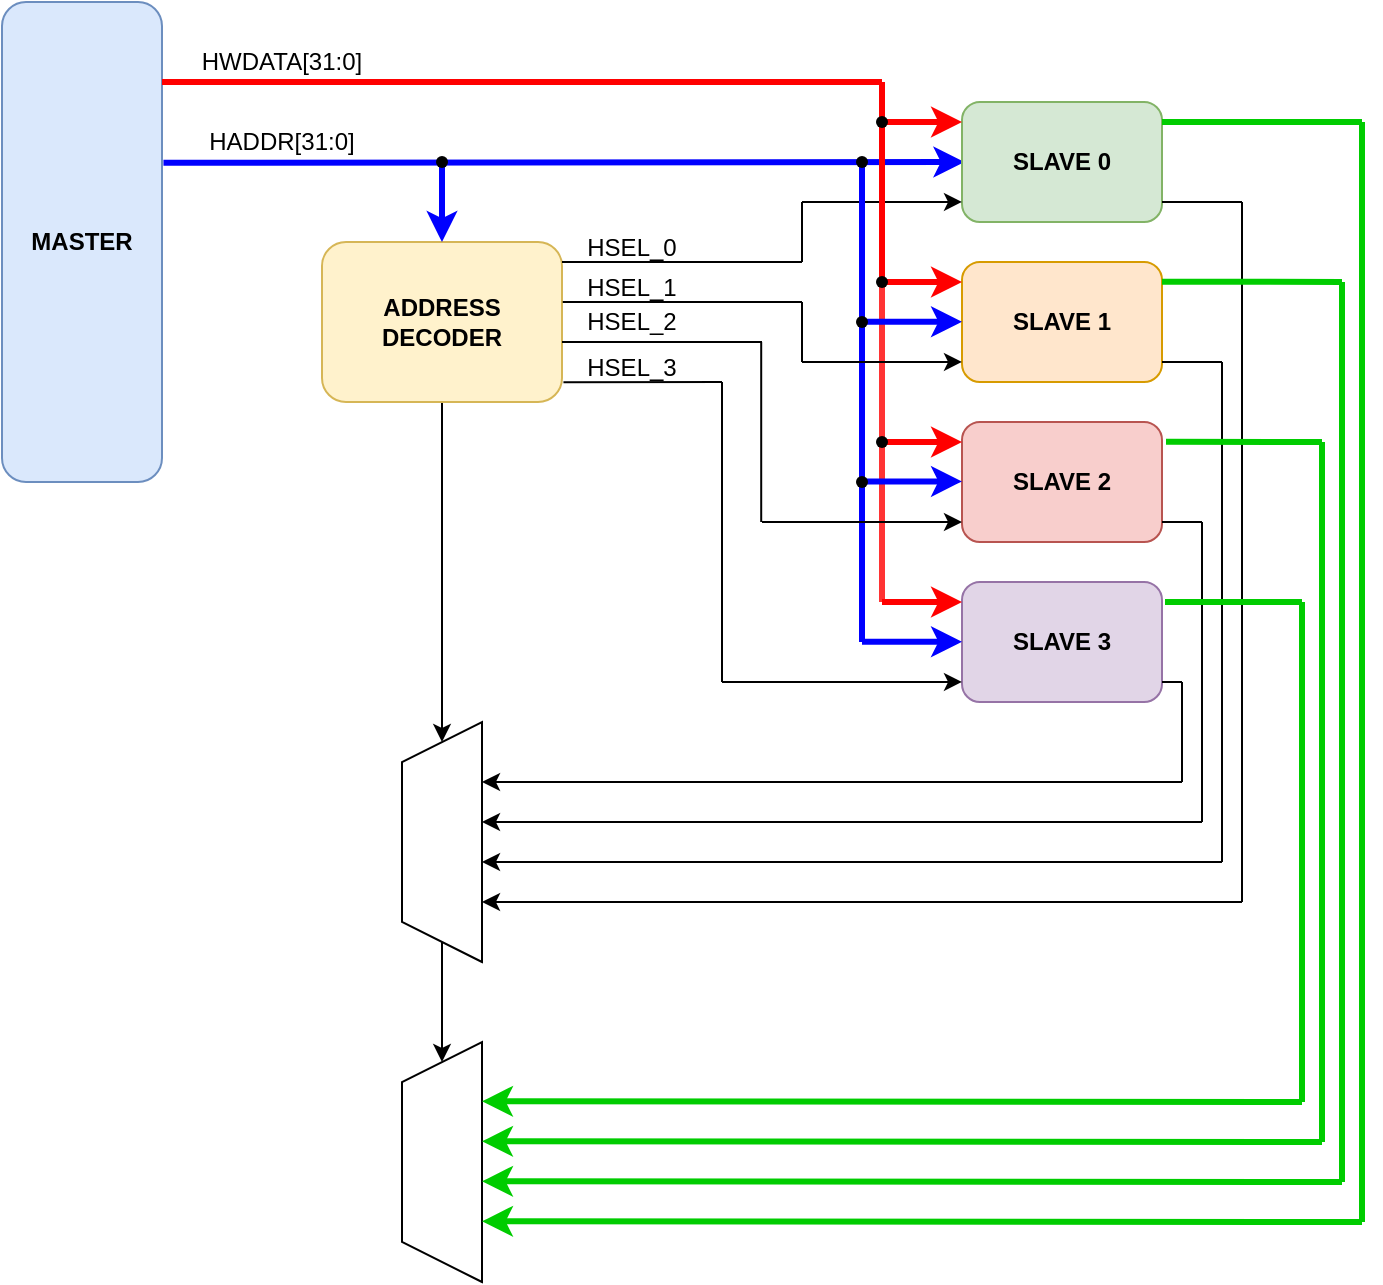
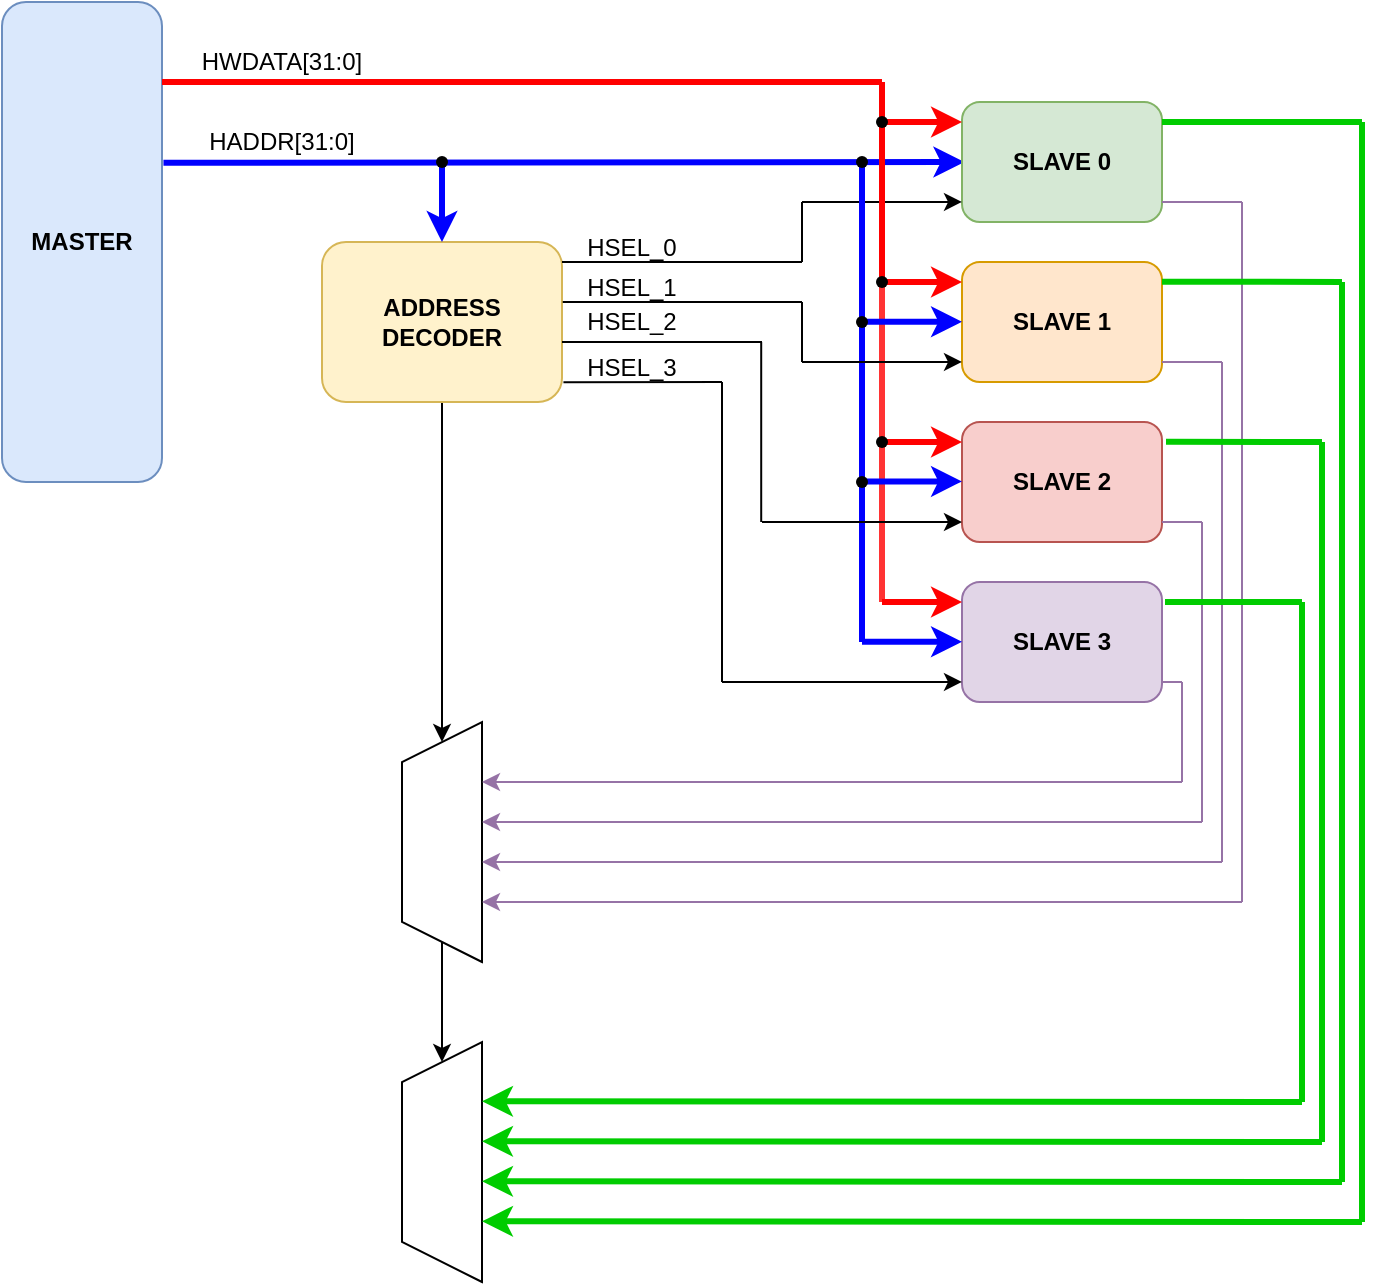
<mxfile host="app.diagrams.net" agent="Mozilla/5.0 (Windows NT 10.0; Win64; x64) AppleWebKit/537.36 (KHTML, like Gecko) Chrome/144.0.0.0 Safari/537.36 Edg/144.0.0.0" pages="4">
  <diagram id="00dOMP4ly3Yvcw6Omt_P" name="AHB Block Diagram">
    <mxGraphModel dx="437" dy="631" grid="1" gridSize="10" guides="1" tooltips="1" connect="1" arrows="1" fold="1" page="1" pageScale="1" pageWidth="850" pageHeight="1100" math="0" shadow="0">
      <root>
        <mxCell id="0" />
        <mxCell id="1" parent="0" />
        <mxCell id="WVtcaOnAu4kVJNJomXHp-1" parent="1" style="rounded=1;whiteSpace=wrap;html=1;fillColor=#dae8fc;strokeColor=#6c8ebf;" value="&lt;b&gt;MASTER&lt;/b&gt;" vertex="1">
          <mxGeometry height="240" width="80" x="80" y="160" as="geometry" />
        </mxCell>
        <mxCell id="WVtcaOnAu4kVJNJomXHp-55" edge="1" parent="1" source="WVtcaOnAu4kVJNJomXHp-3" style="edgeStyle=orthogonalEdgeStyle;rounded=0;orthogonalLoop=1;jettySize=auto;html=1;entryX=1;entryY=0.5;entryDx=0;entryDy=0;" target="WVtcaOnAu4kVJNJomXHp-53">
          <mxGeometry relative="1" as="geometry" />
        </mxCell>
        <mxCell id="WVtcaOnAu4kVJNJomXHp-3" parent="1" style="rounded=1;whiteSpace=wrap;html=1;fillColor=#fff2cc;strokeColor=#d6b656;" value="&lt;b&gt;ADDRESS DECODER&lt;/b&gt;" vertex="1">
          <mxGeometry height="80" width="120" x="240" y="280" as="geometry" />
        </mxCell>
        <mxCell id="WVtcaOnAu4kVJNJomXHp-4" edge="1" parent="1" source="WVtcaOnAu4kVJNJomXHp-1" style="endArrow=classic;html=1;rounded=0;exitX=1.009;exitY=0.335;exitDx=0;exitDy=0;exitPerimeter=0;strokeWidth=3;strokeColor=#0000FF;" value="">
          <mxGeometry height="50" relative="1" width="50" as="geometry">
            <mxPoint x="170" y="240" as="sourcePoint" />
            <mxPoint x="561.2" y="240" as="targetPoint" />
          </mxGeometry>
        </mxCell>
        <mxCell id="WVtcaOnAu4kVJNJomXHp-5" edge="1" parent="1" source="WVtcaOnAu4kVJNJomXHp-6" style="endArrow=classic;html=1;rounded=0;entryX=0.5;entryY=0;entryDx=0;entryDy=0;strokeWidth=3;strokeColor=#0000FF;" target="WVtcaOnAu4kVJNJomXHp-3" value="">
          <mxGeometry height="50" relative="1" width="50" as="geometry">
            <mxPoint x="340" y="240" as="sourcePoint" />
            <mxPoint x="390" y="190" as="targetPoint" />
          </mxGeometry>
        </mxCell>
        <mxCell id="WVtcaOnAu4kVJNJomXHp-6" parent="1" style="shape=waypoint;sketch=0;fillStyle=solid;size=6;pointerEvents=1;points=[];fillColor=none;resizable=0;rotatable=0;perimeter=centerPerimeter;snapToPoint=1;" value="" vertex="1">
          <mxGeometry height="20" width="20" x="290" y="230" as="geometry" />
        </mxCell>
        <mxCell id="WVtcaOnAu4kVJNJomXHp-7" parent="1" style="rounded=1;whiteSpace=wrap;html=1;fillColor=#d5e8d4;strokeColor=#82b366;fontStyle=1" value="SLAVE 0" vertex="1">
          <mxGeometry height="60" width="100" x="560" y="210" as="geometry" />
        </mxCell>
        <mxCell id="WVtcaOnAu4kVJNJomXHp-8" parent="1" style="rounded=1;whiteSpace=wrap;html=1;fillColor=#ffe6cc;strokeColor=#d79b00;fontStyle=1" value="SLAVE 1" vertex="1">
          <mxGeometry height="60" width="100" x="560" y="290" as="geometry" />
        </mxCell>
        <mxCell id="WVtcaOnAu4kVJNJomXHp-9" parent="1" style="rounded=1;whiteSpace=wrap;html=1;fillColor=#f8cecc;strokeColor=#b85450;fontStyle=1" value="SLAVE 2" vertex="1">
          <mxGeometry height="60" width="100" x="560" y="370" as="geometry" />
        </mxCell>
        <mxCell id="WVtcaOnAu4kVJNJomXHp-10" parent="1" style="rounded=1;whiteSpace=wrap;html=1;fillColor=#e1d5e7;strokeColor=#9673a6;fontStyle=1" value="SLAVE 3" vertex="1">
          <mxGeometry height="60" width="100" x="560" y="450" as="geometry" />
        </mxCell>
        <mxCell id="WVtcaOnAu4kVJNJomXHp-11" edge="1" parent="1" source="WVtcaOnAu4kVJNJomXHp-3" style="endArrow=none;html=1;rounded=0;exitX=1;exitY=0.125;exitDx=0;exitDy=0;exitPerimeter=0;" value="">
          <mxGeometry height="50" relative="1" width="50" as="geometry">
            <mxPoint x="410" y="290" as="sourcePoint" />
            <mxPoint x="480" y="290" as="targetPoint" />
          </mxGeometry>
        </mxCell>
        <mxCell id="WVtcaOnAu4kVJNJomXHp-12" edge="1" parent="1" style="endArrow=none;html=1;rounded=0;" value="">
          <mxGeometry height="50" relative="1" width="50" as="geometry">
            <mxPoint x="480" y="290" as="sourcePoint" />
            <mxPoint x="480" y="260" as="targetPoint" />
          </mxGeometry>
        </mxCell>
        <mxCell id="WVtcaOnAu4kVJNJomXHp-13" edge="1" parent="1" style="endArrow=classic;html=1;rounded=0;entryX=0;entryY=0.833;entryDx=0;entryDy=0;entryPerimeter=0;" target="WVtcaOnAu4kVJNJomXHp-7" value="">
          <mxGeometry height="50" relative="1" width="50" as="geometry">
            <mxPoint x="480" y="260" as="sourcePoint" />
            <mxPoint x="540" y="260" as="targetPoint" />
          </mxGeometry>
        </mxCell>
        <mxCell id="WVtcaOnAu4kVJNJomXHp-18" edge="1" parent="1" style="endArrow=none;html=1;rounded=0;strokeWidth=3;strokeColor=#FF0000;" value="">
          <mxGeometry height="50" relative="1" width="50" as="geometry">
            <mxPoint x="160" y="200" as="sourcePoint" />
            <mxPoint x="520" y="200" as="targetPoint" />
          </mxGeometry>
        </mxCell>
        <mxCell id="WVtcaOnAu4kVJNJomXHp-19" edge="1" parent="1" source="WVtcaOnAu4kVJNJomXHp-25" style="endArrow=none;html=1;rounded=0;strokeWidth=3;strokeColor=#FF0000;" value="">
          <mxGeometry height="50" relative="1" width="50" as="geometry">
            <mxPoint x="520" y="380" as="sourcePoint" />
            <mxPoint x="520" y="200" as="targetPoint" />
          </mxGeometry>
        </mxCell>
        <mxCell id="WVtcaOnAu4kVJNJomXHp-20" edge="1" parent="1" style="endArrow=classic;html=1;rounded=0;entryX=0;entryY=0.167;entryDx=0;entryDy=0;entryPerimeter=0;strokeWidth=3;strokeColor=#FF0000;" target="WVtcaOnAu4kVJNJomXHp-7" value="">
          <mxGeometry height="50" relative="1" width="50" as="geometry">
            <mxPoint x="520" y="220" as="sourcePoint" />
            <mxPoint x="570" y="170" as="targetPoint" />
          </mxGeometry>
        </mxCell>
        <mxCell id="WVtcaOnAu4kVJNJomXHp-22" edge="1" parent="1" style="endArrow=classic;html=1;rounded=0;entryX=0;entryY=0.167;entryDx=0;entryDy=0;entryPerimeter=0;strokeWidth=3;strokeColor=#FF0000;" value="">
          <mxGeometry height="50" relative="1" width="50" as="geometry">
            <mxPoint x="520" y="300" as="sourcePoint" />
            <mxPoint x="560" y="300" as="targetPoint" />
          </mxGeometry>
        </mxCell>
        <mxCell id="WVtcaOnAu4kVJNJomXHp-23" parent="1" style="shape=waypoint;sketch=0;fillStyle=solid;size=6;pointerEvents=1;points=[];fillColor=none;resizable=0;rotatable=0;perimeter=centerPerimeter;snapToPoint=1;" value="" vertex="1">
          <mxGeometry height="20" width="20" x="510" y="210" as="geometry" />
        </mxCell>
        <mxCell id="WVtcaOnAu4kVJNJomXHp-24" edge="1" parent="1" style="endArrow=classic;html=1;rounded=0;entryX=0;entryY=0.167;entryDx=0;entryDy=0;entryPerimeter=0;strokeWidth=3;strokeColor=#FF0000;" value="">
          <mxGeometry height="50" relative="1" width="50" as="geometry">
            <mxPoint x="520" y="380" as="sourcePoint" />
            <mxPoint x="560" y="380" as="targetPoint" />
          </mxGeometry>
        </mxCell>
        <mxCell id="WVtcaOnAu4kVJNJomXHp-26" edge="1" parent="1" style="endArrow=none;html=1;rounded=0;strokeWidth=3;strokeColor=#FF3333;" target="WVtcaOnAu4kVJNJomXHp-25" value="">
          <mxGeometry height="50" relative="1" width="50" as="geometry">
            <mxPoint x="520" y="460" as="sourcePoint" />
            <mxPoint x="520" y="200" as="targetPoint" />
          </mxGeometry>
        </mxCell>
        <mxCell id="WVtcaOnAu4kVJNJomXHp-25" parent="1" style="shape=waypoint;sketch=0;fillStyle=solid;size=6;pointerEvents=1;points=[];fillColor=none;resizable=0;rotatable=0;perimeter=centerPerimeter;snapToPoint=1;" value="" vertex="1">
          <mxGeometry height="20" width="20" x="510" y="290" as="geometry" />
        </mxCell>
        <mxCell id="WVtcaOnAu4kVJNJomXHp-27" edge="1" parent="1" style="endArrow=none;html=1;rounded=0;strokeWidth=3;strokeColor=#0000FF;" target="WVtcaOnAu4kVJNJomXHp-30" value="">
          <mxGeometry height="50" relative="1" width="50" as="geometry">
            <mxPoint x="510" y="480" as="sourcePoint" />
            <mxPoint x="510" y="240" as="targetPoint" />
          </mxGeometry>
        </mxCell>
        <mxCell id="WVtcaOnAu4kVJNJomXHp-28" edge="1" parent="1" style="endArrow=classic;html=1;rounded=0;entryX=0;entryY=0.167;entryDx=0;entryDy=0;entryPerimeter=0;strokeWidth=3;strokeColor=#0000FF;" value="">
          <mxGeometry height="50" relative="1" width="50" as="geometry">
            <mxPoint x="510" y="399.72" as="sourcePoint" />
            <mxPoint x="560" y="399.72" as="targetPoint" />
          </mxGeometry>
        </mxCell>
        <mxCell id="WVtcaOnAu4kVJNJomXHp-29" edge="1" parent="1" style="endArrow=classic;html=1;rounded=0;entryX=0;entryY=0.167;entryDx=0;entryDy=0;entryPerimeter=0;strokeWidth=3;strokeColor=#0000FF;" value="">
          <mxGeometry height="50" relative="1" width="50" as="geometry">
            <mxPoint x="510" y="319.86" as="sourcePoint" />
            <mxPoint x="560" y="319.86" as="targetPoint" />
          </mxGeometry>
        </mxCell>
        <mxCell id="WVtcaOnAu4kVJNJomXHp-30" parent="1" style="shape=waypoint;sketch=0;fillStyle=solid;size=6;pointerEvents=1;points=[];fillColor=none;resizable=0;rotatable=0;perimeter=centerPerimeter;snapToPoint=1;" value="" vertex="1">
          <mxGeometry height="20" width="20" x="500.0000000000001" y="230" as="geometry" />
        </mxCell>
        <mxCell id="WVtcaOnAu4kVJNJomXHp-31" parent="1" style="shape=waypoint;sketch=0;fillStyle=solid;size=6;pointerEvents=1;points=[];fillColor=none;resizable=0;rotatable=0;perimeter=centerPerimeter;snapToPoint=1;" value="" vertex="1">
          <mxGeometry height="20" width="20" x="500" y="310" as="geometry" />
        </mxCell>
        <mxCell id="WVtcaOnAu4kVJNJomXHp-32" edge="1" parent="1" style="endArrow=classic;html=1;rounded=0;entryX=0;entryY=0.167;entryDx=0;entryDy=0;entryPerimeter=0;strokeWidth=3;strokeColor=#FF0000;" value="">
          <mxGeometry height="50" relative="1" width="50" as="geometry">
            <mxPoint x="520" y="460" as="sourcePoint" />
            <mxPoint x="560" y="460" as="targetPoint" />
          </mxGeometry>
        </mxCell>
        <mxCell id="WVtcaOnAu4kVJNJomXHp-33" edge="1" parent="1" style="endArrow=classic;html=1;rounded=0;entryX=0;entryY=0.167;entryDx=0;entryDy=0;entryPerimeter=0;strokeWidth=3;strokeColor=#0000FF;" value="">
          <mxGeometry height="50" relative="1" width="50" as="geometry">
            <mxPoint x="510" y="479.88" as="sourcePoint" />
            <mxPoint x="560" y="479.88" as="targetPoint" />
          </mxGeometry>
        </mxCell>
        <mxCell id="WVtcaOnAu4kVJNJomXHp-34" parent="1" style="shape=waypoint;sketch=0;fillStyle=solid;size=6;pointerEvents=1;points=[];fillColor=none;resizable=0;rotatable=0;perimeter=centerPerimeter;snapToPoint=1;" value="" vertex="1">
          <mxGeometry height="20" width="20" x="510" y="370" as="geometry" />
        </mxCell>
        <mxCell id="WVtcaOnAu4kVJNJomXHp-35" parent="1" style="shape=waypoint;sketch=0;fillStyle=solid;size=6;pointerEvents=1;points=[];fillColor=none;resizable=0;rotatable=0;perimeter=centerPerimeter;snapToPoint=1;" value="" vertex="1">
          <mxGeometry height="20" width="20" x="500" y="390" as="geometry" />
        </mxCell>
        <mxCell id="WVtcaOnAu4kVJNJomXHp-38" edge="1" parent="1" source="WVtcaOnAu4kVJNJomXHp-3" style="endArrow=none;html=1;rounded=0;exitX=1.003;exitY=0.375;exitDx=0;exitDy=0;exitPerimeter=0;" value="">
          <mxGeometry height="50" relative="1" width="50" as="geometry">
            <mxPoint x="400" y="310" as="sourcePoint" />
            <mxPoint x="480" y="310" as="targetPoint" />
          </mxGeometry>
        </mxCell>
        <mxCell id="WVtcaOnAu4kVJNJomXHp-39" edge="1" parent="1" source="WVtcaOnAu4kVJNJomXHp-3" style="endArrow=none;html=1;rounded=0;exitX=1;exitY=0.625;exitDx=0;exitDy=0;exitPerimeter=0;" value="">
          <mxGeometry height="50" relative="1" width="50" as="geometry">
            <mxPoint x="400" y="330" as="sourcePoint" />
            <mxPoint x="460" y="330" as="targetPoint" />
          </mxGeometry>
        </mxCell>
        <mxCell id="WVtcaOnAu4kVJNJomXHp-40" edge="1" parent="1" source="WVtcaOnAu4kVJNJomXHp-3" style="endArrow=none;html=1;rounded=0;exitX=1.006;exitY=0.877;exitDx=0;exitDy=0;exitPerimeter=0;" value="">
          <mxGeometry height="50" relative="1" width="50" as="geometry">
            <mxPoint x="400" y="350" as="sourcePoint" />
            <mxPoint x="440" y="350" as="targetPoint" />
          </mxGeometry>
        </mxCell>
        <mxCell id="WVtcaOnAu4kVJNJomXHp-41" edge="1" parent="1" style="endArrow=none;html=1;rounded=0;" value="">
          <mxGeometry height="50" relative="1" width="50" as="geometry">
            <mxPoint x="440" y="500" as="sourcePoint" />
            <mxPoint x="440" y="350" as="targetPoint" />
          </mxGeometry>
        </mxCell>
        <mxCell id="WVtcaOnAu4kVJNJomXHp-42" edge="1" parent="1" style="endArrow=classic;html=1;rounded=0;entryX=0;entryY=0.833;entryDx=0;entryDy=0;entryPerimeter=0;" target="WVtcaOnAu4kVJNJomXHp-10" value="">
          <mxGeometry height="50" relative="1" width="50" as="geometry">
            <mxPoint x="440" y="499.98" as="sourcePoint" />
            <mxPoint x="470" y="450" as="targetPoint" />
          </mxGeometry>
        </mxCell>
        <mxCell id="WVtcaOnAu4kVJNJomXHp-43" edge="1" parent="1" style="endArrow=none;html=1;rounded=0;" value="">
          <mxGeometry height="50" relative="1" width="50" as="geometry">
            <mxPoint x="459.6" y="420" as="sourcePoint" />
            <mxPoint x="459.6" y="330" as="targetPoint" />
          </mxGeometry>
        </mxCell>
        <mxCell id="WVtcaOnAu4kVJNJomXHp-44" edge="1" parent="1" style="endArrow=classic;html=1;rounded=0;entryX=0;entryY=0.833;entryDx=0;entryDy=0;entryPerimeter=0;" value="">
          <mxGeometry height="50" relative="1" width="50" as="geometry">
            <mxPoint x="460" y="420" as="sourcePoint" />
            <mxPoint x="560" y="420" as="targetPoint" />
          </mxGeometry>
        </mxCell>
        <mxCell id="WVtcaOnAu4kVJNJomXHp-45" edge="1" parent="1" style="endArrow=none;html=1;rounded=0;" value="">
          <mxGeometry height="50" relative="1" width="50" as="geometry">
            <mxPoint x="480" y="340" as="sourcePoint" />
            <mxPoint x="480" y="310" as="targetPoint" />
          </mxGeometry>
        </mxCell>
        <mxCell id="WVtcaOnAu4kVJNJomXHp-46" edge="1" parent="1" style="endArrow=classic;html=1;rounded=0;entryX=0;entryY=0.833;entryDx=0;entryDy=0;entryPerimeter=0;" target="WVtcaOnAu4kVJNJomXHp-8" value="">
          <mxGeometry height="50" relative="1" width="50" as="geometry">
            <mxPoint x="480" y="340" as="sourcePoint" />
            <mxPoint x="550" y="340" as="targetPoint" />
          </mxGeometry>
        </mxCell>
        <mxCell id="WVtcaOnAu4kVJNJomXHp-47" parent="1" style="text;html=1;whiteSpace=wrap;strokeColor=none;fillColor=none;align=center;verticalAlign=middle;rounded=0;" value="HSEL_0" vertex="1">
          <mxGeometry height="15" width="60" x="365" y="275" as="geometry" />
        </mxCell>
        <mxCell id="WVtcaOnAu4kVJNJomXHp-48" parent="1" style="text;html=1;whiteSpace=wrap;strokeColor=none;fillColor=none;align=center;verticalAlign=middle;rounded=0;" value="HSEL_1" vertex="1">
          <mxGeometry height="15" width="60" x="365" y="295" as="geometry" />
        </mxCell>
        <mxCell id="WVtcaOnAu4kVJNJomXHp-49" parent="1" style="text;html=1;whiteSpace=wrap;strokeColor=none;fillColor=none;align=center;verticalAlign=middle;rounded=0;" value="HSEL_2" vertex="1">
          <mxGeometry height="7.5" width="60" x="365" y="316.25" as="geometry" />
        </mxCell>
        <mxCell id="WVtcaOnAu4kVJNJomXHp-50" parent="1" style="text;html=1;whiteSpace=wrap;strokeColor=none;fillColor=none;align=center;verticalAlign=middle;rounded=0;" value="HSEL_3" vertex="1">
          <mxGeometry height="15" width="60" x="365" y="335" as="geometry" />
        </mxCell>
        <mxCell id="WVtcaOnAu4kVJNJomXHp-51" parent="1" style="text;html=1;whiteSpace=wrap;strokeColor=none;fillColor=none;align=center;verticalAlign=middle;rounded=0;" value="HWDATA[31:0]" vertex="1">
          <mxGeometry height="20" width="80" x="180" y="180" as="geometry" />
        </mxCell>
        <mxCell id="WVtcaOnAu4kVJNJomXHp-52" parent="1" style="text;html=1;whiteSpace=wrap;strokeColor=none;fillColor=none;align=center;verticalAlign=middle;rounded=0;" value="HADDR[31:0]" vertex="1">
          <mxGeometry height="20" width="80" x="180" y="220" as="geometry" />
        </mxCell>
        <mxCell id="WVtcaOnAu4kVJNJomXHp-53" parent="1" style="shape=trapezoid;perimeter=trapezoidPerimeter;whiteSpace=wrap;html=1;fixedSize=1;rotation=-90;" value="" vertex="1">
          <mxGeometry height="40" width="120" x="240" y="560" as="geometry" />
        </mxCell>
        <mxCell id="WVtcaOnAu4kVJNJomXHp-54" parent="1" style="shape=trapezoid;perimeter=trapezoidPerimeter;whiteSpace=wrap;html=1;fixedSize=1;rotation=-90;" value="" vertex="1">
          <mxGeometry height="40" width="120" x="240" y="720" as="geometry" />
        </mxCell>
        <mxCell id="WVtcaOnAu4kVJNJomXHp-56" edge="1" parent="1" source="WVtcaOnAu4kVJNJomXHp-53" style="endArrow=classic;html=1;rounded=0;exitX=0;exitY=0.5;exitDx=0;exitDy=0;entryX=1;entryY=0.5;entryDx=0;entryDy=0;" target="WVtcaOnAu4kVJNJomXHp-54" value="">
          <mxGeometry height="50" relative="1" width="50" as="geometry">
            <mxPoint x="360" y="680" as="sourcePoint" />
            <mxPoint x="410" y="630" as="targetPoint" />
          </mxGeometry>
        </mxCell>
-         <mxCell id="WVtcaOnAu4kVJNJomXHp-58" edge="1" parent="1" style="endArrow=classic;html=1;rounded=0;" value="">
+         <mxCell id="WVtcaOnAu4kVJNJomXHp-58" edge="1" parent="1" style="endArrow=classic;html=1;rounded=0;fillColor=#e1d5e7;strokeColor=#9673a6;" value="">
          <mxGeometry height="50" relative="1" width="50" as="geometry">
            <mxPoint x="670" y="550" as="sourcePoint" />
            <mxPoint x="320" y="550" as="targetPoint" />
          </mxGeometry>
        </mxCell>
-         <mxCell id="WVtcaOnAu4kVJNJomXHp-59" edge="1" parent="1" style="endArrow=classic;html=1;rounded=0;" value="">
+         <mxCell id="WVtcaOnAu4kVJNJomXHp-59" edge="1" parent="1" style="endArrow=classic;html=1;rounded=0;fillColor=#e1d5e7;strokeColor=#9673a6;" value="">
          <mxGeometry height="50" relative="1" width="50" as="geometry">
            <mxPoint x="680" y="570" as="sourcePoint" />
            <mxPoint x="320" y="570" as="targetPoint" />
          </mxGeometry>
        </mxCell>
-         <mxCell id="WVtcaOnAu4kVJNJomXHp-60" edge="1" parent="1" style="endArrow=classic;html=1;rounded=0;" value="">
+         <mxCell id="WVtcaOnAu4kVJNJomXHp-60" edge="1" parent="1" style="endArrow=classic;html=1;rounded=0;fillColor=#e1d5e7;strokeColor=#9673a6;" value="">
          <mxGeometry height="50" relative="1" width="50" as="geometry">
            <mxPoint x="690" y="590" as="sourcePoint" />
            <mxPoint x="320" y="590" as="targetPoint" />
          </mxGeometry>
        </mxCell>
-         <mxCell id="WVtcaOnAu4kVJNJomXHp-61" edge="1" parent="1" style="endArrow=classic;html=1;rounded=0;" value="">
+         <mxCell id="WVtcaOnAu4kVJNJomXHp-61" edge="1" parent="1" style="endArrow=classic;html=1;rounded=0;fillColor=#e1d5e7;strokeColor=#9673a6;" value="">
          <mxGeometry height="50" relative="1" width="50" as="geometry">
            <mxPoint x="700" y="610" as="sourcePoint" />
            <mxPoint x="320" y="610" as="targetPoint" />
          </mxGeometry>
        </mxCell>
-         <mxCell id="WVtcaOnAu4kVJNJomXHp-62" edge="1" parent="1" style="endArrow=none;html=1;rounded=0;" value="">
+         <mxCell id="WVtcaOnAu4kVJNJomXHp-62" edge="1" parent="1" style="endArrow=none;html=1;rounded=0;fillColor=#e1d5e7;strokeColor=#9673a6;" value="">
          <mxGeometry height="50" relative="1" width="50" as="geometry">
            <mxPoint x="670" y="550" as="sourcePoint" />
            <mxPoint x="670" y="500" as="targetPoint" />
          </mxGeometry>
        </mxCell>
-         <mxCell id="WVtcaOnAu4kVJNJomXHp-63" edge="1" parent="1" style="endArrow=none;html=1;rounded=0;" value="">
+         <mxCell id="WVtcaOnAu4kVJNJomXHp-63" edge="1" parent="1" style="endArrow=none;html=1;rounded=0;fillColor=#e1d5e7;strokeColor=#9673a6;" value="">
          <mxGeometry height="50" relative="1" width="50" as="geometry">
            <mxPoint x="660" y="500" as="sourcePoint" />
            <mxPoint x="670" y="500" as="targetPoint" />
          </mxGeometry>
        </mxCell>
-         <mxCell id="WVtcaOnAu4kVJNJomXHp-64" edge="1" parent="1" style="endArrow=none;html=1;rounded=0;" value="">
+         <mxCell id="WVtcaOnAu4kVJNJomXHp-64" edge="1" parent="1" style="endArrow=none;html=1;rounded=0;fillColor=#e1d5e7;strokeColor=#9673a6;" value="">
          <mxGeometry height="50" relative="1" width="50" as="geometry">
            <mxPoint x="680" y="570" as="sourcePoint" />
            <mxPoint x="680" y="420" as="targetPoint" />
          </mxGeometry>
        </mxCell>
-         <mxCell id="WVtcaOnAu4kVJNJomXHp-65" edge="1" parent="1" style="endArrow=none;html=1;rounded=0;" value="">
+         <mxCell id="WVtcaOnAu4kVJNJomXHp-65" edge="1" parent="1" style="endArrow=none;html=1;rounded=0;fillColor=#e1d5e7;strokeColor=#9673a6;" value="">
          <mxGeometry height="50" relative="1" width="50" as="geometry">
            <mxPoint x="660" y="420" as="sourcePoint" />
            <mxPoint x="680" y="420" as="targetPoint" />
          </mxGeometry>
        </mxCell>
-         <mxCell id="WVtcaOnAu4kVJNJomXHp-66" edge="1" parent="1" style="endArrow=none;html=1;rounded=0;" value="">
+         <mxCell id="WVtcaOnAu4kVJNJomXHp-66" edge="1" parent="1" style="endArrow=none;html=1;rounded=0;fillColor=#e1d5e7;strokeColor=#9673a6;" value="">
          <mxGeometry height="50" relative="1" width="50" as="geometry">
            <mxPoint x="690" y="590" as="sourcePoint" />
            <mxPoint x="690" y="340" as="targetPoint" />
          </mxGeometry>
        </mxCell>
-         <mxCell id="WVtcaOnAu4kVJNJomXHp-67" edge="1" parent="1" style="endArrow=none;html=1;rounded=0;" value="">
+         <mxCell id="WVtcaOnAu4kVJNJomXHp-67" edge="1" parent="1" style="endArrow=none;html=1;rounded=0;fillColor=#e1d5e7;strokeColor=#9673a6;" value="">
          <mxGeometry height="50" relative="1" width="50" as="geometry">
            <mxPoint x="660" y="340" as="sourcePoint" />
            <mxPoint x="690" y="340" as="targetPoint" />
          </mxGeometry>
        </mxCell>
-         <mxCell id="WVtcaOnAu4kVJNJomXHp-69" edge="1" parent="1" style="endArrow=none;html=1;rounded=0;" value="">
+         <mxCell id="WVtcaOnAu4kVJNJomXHp-69" edge="1" parent="1" style="endArrow=none;html=1;rounded=0;fillColor=#e1d5e7;strokeColor=#9673a6;" value="">
          <mxGeometry height="50" relative="1" width="50" as="geometry">
            <mxPoint x="700" y="610" as="sourcePoint" />
            <mxPoint x="700" y="260" as="targetPoint" />
          </mxGeometry>
        </mxCell>
-         <mxCell id="WVtcaOnAu4kVJNJomXHp-71" edge="1" parent="1" style="endArrow=none;html=1;rounded=0;" value="">
+         <mxCell id="WVtcaOnAu4kVJNJomXHp-71" edge="1" parent="1" style="endArrow=none;html=1;rounded=0;fillColor=#e1d5e7;strokeColor=#9673a6;" value="">
          <mxGeometry height="50" relative="1" width="50" as="geometry">
            <mxPoint x="660" y="260" as="sourcePoint" />
            <mxPoint x="700" y="260" as="targetPoint" />
          </mxGeometry>
        </mxCell>
        <mxCell id="WVtcaOnAu4kVJNJomXHp-72" edge="1" parent="1" style="endArrow=classic;html=1;rounded=0;strokeColor=#00CC00;strokeWidth=3;" value="">
          <mxGeometry height="50" relative="1" width="50" as="geometry">
            <mxPoint x="730" y="710" as="sourcePoint" />
            <mxPoint x="320" y="709.66" as="targetPoint" />
          </mxGeometry>
        </mxCell>
        <mxCell id="WVtcaOnAu4kVJNJomXHp-73" edge="1" parent="1" style="endArrow=classic;html=1;rounded=0;strokeColor=#00CC00;strokeWidth=3;" value="">
          <mxGeometry height="50" relative="1" width="50" as="geometry">
            <mxPoint x="740" y="730" as="sourcePoint" />
            <mxPoint x="320" y="729.66" as="targetPoint" />
          </mxGeometry>
        </mxCell>
        <mxCell id="WVtcaOnAu4kVJNJomXHp-74" edge="1" parent="1" style="endArrow=classic;html=1;rounded=0;strokeColor=#00CC00;strokeWidth=3;" value="">
          <mxGeometry height="50" relative="1" width="50" as="geometry">
            <mxPoint x="750" y="750" as="sourcePoint" />
            <mxPoint x="320" y="749.66" as="targetPoint" />
          </mxGeometry>
        </mxCell>
        <mxCell id="WVtcaOnAu4kVJNJomXHp-75" edge="1" parent="1" style="endArrow=classic;html=1;rounded=0;strokeColor=#00CC00;strokeWidth=3;" value="">
          <mxGeometry height="50" relative="1" width="50" as="geometry">
            <mxPoint x="760" y="770" as="sourcePoint" />
            <mxPoint x="320" y="769.66" as="targetPoint" />
          </mxGeometry>
        </mxCell>
        <mxCell id="WVtcaOnAu4kVJNJomXHp-76" edge="1" parent="1" style="endArrow=none;html=1;rounded=0;strokeColor=#00CC00;strokeWidth=3;" value="">
          <mxGeometry height="50" relative="1" width="50" as="geometry">
            <mxPoint x="730" y="710" as="sourcePoint" />
            <mxPoint x="730" y="460" as="targetPoint" />
          </mxGeometry>
        </mxCell>
        <mxCell id="WVtcaOnAu4kVJNJomXHp-77" edge="1" parent="1" style="endArrow=none;html=1;rounded=0;strokeColor=#00CC00;strokeWidth=3;" value="">
          <mxGeometry height="50" relative="1" width="50" as="geometry">
            <mxPoint x="740" y="730" as="sourcePoint" />
            <mxPoint x="740" y="380" as="targetPoint" />
          </mxGeometry>
        </mxCell>
        <mxCell id="WVtcaOnAu4kVJNJomXHp-78" edge="1" parent="1" style="endArrow=none;html=1;rounded=0;strokeColor=#00CC00;strokeWidth=3;" value="">
          <mxGeometry height="50" relative="1" width="50" as="geometry">
            <mxPoint x="750" y="750" as="sourcePoint" />
            <mxPoint x="750" y="300" as="targetPoint" />
          </mxGeometry>
        </mxCell>
        <mxCell id="WVtcaOnAu4kVJNJomXHp-79" edge="1" parent="1" style="endArrow=none;html=1;rounded=0;strokeColor=#00CC00;strokeWidth=3;" value="">
          <mxGeometry height="50" relative="1" width="50" as="geometry">
            <mxPoint x="760" y="770" as="sourcePoint" />
            <mxPoint x="760" y="220" as="targetPoint" />
          </mxGeometry>
        </mxCell>
        <mxCell id="WVtcaOnAu4kVJNJomXHp-80" edge="1" parent="1" source="WVtcaOnAu4kVJNJomXHp-10" style="endArrow=none;html=1;rounded=0;exitX=1.015;exitY=0.166;exitDx=0;exitDy=0;exitPerimeter=0;strokeColor=#00CC00;strokeWidth=3;" value="">
          <mxGeometry height="50" relative="1" width="50" as="geometry">
            <mxPoint x="680" y="510" as="sourcePoint" />
            <mxPoint x="730" y="460" as="targetPoint" />
          </mxGeometry>
        </mxCell>
        <mxCell id="WVtcaOnAu4kVJNJomXHp-81" edge="1" parent="1" style="endArrow=none;html=1;rounded=0;exitX=1.015;exitY=0.166;exitDx=0;exitDy=0;exitPerimeter=0;strokeColor=#00CC00;strokeWidth=3;" value="">
          <mxGeometry height="50" relative="1" width="50" as="geometry">
            <mxPoint x="662" y="379.87" as="sourcePoint" />
            <mxPoint x="740" y="380" as="targetPoint" />
          </mxGeometry>
        </mxCell>
        <mxCell id="WVtcaOnAu4kVJNJomXHp-82" edge="1" parent="1" style="endArrow=none;html=1;rounded=0;exitX=1.015;exitY=0.166;exitDx=0;exitDy=0;exitPerimeter=0;strokeColor=#00CC00;strokeWidth=3;" value="">
          <mxGeometry height="50" relative="1" width="50" as="geometry">
            <mxPoint x="660" y="299.83" as="sourcePoint" />
            <mxPoint x="750" y="300" as="targetPoint" />
          </mxGeometry>
        </mxCell>
        <mxCell id="WVtcaOnAu4kVJNJomXHp-83" edge="1" parent="1" style="endArrow=none;html=1;rounded=0;exitX=1.015;exitY=0.166;exitDx=0;exitDy=0;exitPerimeter=0;strokeColor=#00CC00;strokeWidth=3;" value="">
          <mxGeometry height="50" relative="1" width="50" as="geometry">
            <mxPoint x="660" y="220" as="sourcePoint" />
            <mxPoint x="760" y="220" as="targetPoint" />
          </mxGeometry>
        </mxCell>
      </root>
    </mxGraphModel>
  </diagram>
  <diagram name="AHB Interface" id="AxdGKtdG9Rmgfqjtrl1U">
    <mxGraphModel dx="2046" dy="1106" grid="1" gridSize="10" guides="1" tooltips="1" connect="1" arrows="1" fold="1" page="1" pageScale="1" pageWidth="850" pageHeight="1100" math="0" shadow="0">
      <root>
        <mxCell id="0" />
        <mxCell id="1" parent="0" />
        <mxCell id="BZ9neWvH9tw47nREzwFn-1" parent="1" style="rounded=0;whiteSpace=wrap;html=1;" value="&lt;font style=&quot;font-size: 16px;&quot;&gt;&lt;b&gt;Manager&lt;/b&gt;&lt;/font&gt;" vertex="1">
          <mxGeometry height="200" width="120" x="400" y="80" as="geometry" />
        </mxCell>
        <mxCell id="BZ9neWvH9tw47nREzwFn-2" edge="1" parent="1" style="endArrow=classic;html=1;rounded=0;" value="">
          <mxGeometry height="50" relative="1" width="50" as="geometry">
            <mxPoint x="360" y="100" as="sourcePoint" />
            <mxPoint x="400" y="100" as="targetPoint" />
          </mxGeometry>
        </mxCell>
        <mxCell id="BZ9neWvH9tw47nREzwFn-3" edge="1" parent="1" style="endArrow=classic;html=1;rounded=0;" value="">
          <mxGeometry height="50" relative="1" width="50" as="geometry">
            <mxPoint x="360" y="120" as="sourcePoint" />
            <mxPoint x="400" y="120" as="targetPoint" />
          </mxGeometry>
        </mxCell>
        <mxCell id="BZ9neWvH9tw47nREzwFn-4" parent="1" style="text;html=1;whiteSpace=wrap;strokeColor=none;fillColor=none;align=center;verticalAlign=middle;rounded=0;fontStyle=1" value="HCLK" vertex="1">
          <mxGeometry height="20" width="40" x="320" y="90" as="geometry" />
        </mxCell>
        <mxCell id="BZ9neWvH9tw47nREzwFn-5" parent="1" style="text;html=1;whiteSpace=wrap;strokeColor=none;fillColor=none;align=center;verticalAlign=middle;rounded=0;fontStyle=1" value="HRESETn" vertex="1">
          <mxGeometry height="20" width="60" x="300" y="110" as="geometry" />
        </mxCell>
        <mxCell id="BZ9neWvH9tw47nREzwFn-6" parent="1" style="text;html=1;whiteSpace=wrap;strokeColor=none;fillColor=none;align=center;verticalAlign=middle;rounded=0;fontStyle=1" value="HREADY" vertex="1">
          <mxGeometry height="20" width="60" x="300" y="150" as="geometry" />
        </mxCell>
        <mxCell id="BZ9neWvH9tw47nREzwFn-7" edge="1" parent="1" style="endArrow=classic;html=1;rounded=0;" value="">
          <mxGeometry height="50" relative="1" width="50" as="geometry">
            <mxPoint x="360" y="160" as="sourcePoint" />
            <mxPoint x="400" y="160" as="targetPoint" />
          </mxGeometry>
        </mxCell>
        <mxCell id="BZ9neWvH9tw47nREzwFn-8" edge="1" parent="1" style="endArrow=classic;html=1;rounded=0;" value="">
          <mxGeometry height="50" relative="1" width="50" as="geometry">
            <mxPoint x="360" y="180" as="sourcePoint" />
            <mxPoint x="400" y="180" as="targetPoint" />
          </mxGeometry>
        </mxCell>
        <mxCell id="BZ9neWvH9tw47nREzwFn-9" parent="1" style="text;html=1;whiteSpace=wrap;strokeColor=none;fillColor=none;align=center;verticalAlign=middle;rounded=0;fontStyle=1" value="HSELx" vertex="1">
          <mxGeometry height="20" width="60" x="310" y="430" as="geometry" />
        </mxCell>
        <mxCell id="BZ9neWvH9tw47nREzwFn-10" edge="1" parent="1" style="endArrow=classic;html=1;rounded=0;" value="">
          <mxGeometry height="50" relative="1" width="50" as="geometry">
            <mxPoint x="360" y="260" as="sourcePoint" />
            <mxPoint x="400" y="260" as="targetPoint" />
          </mxGeometry>
        </mxCell>
        <mxCell id="BZ9neWvH9tw47nREzwFn-11" parent="1" style="text;html=1;whiteSpace=wrap;strokeColor=none;fillColor=none;align=center;verticalAlign=middle;rounded=0;fontStyle=1" value="HRDATA[31:0]" vertex="1">
          <mxGeometry height="20" width="90" x="270" y="250" as="geometry" />
        </mxCell>
        <mxCell id="BZ9neWvH9tw47nREzwFn-12" edge="1" parent="1" style="endArrow=classic;html=1;rounded=0;" value="">
          <mxGeometry height="50" relative="1" width="50" as="geometry">
            <mxPoint x="520" y="99.83" as="sourcePoint" />
            <mxPoint x="560" y="99.83" as="targetPoint" />
          </mxGeometry>
        </mxCell>
        <mxCell id="BZ9neWvH9tw47nREzwFn-13" edge="1" parent="1" style="endArrow=classic;html=1;rounded=0;" value="">
          <mxGeometry height="50" relative="1" width="50" as="geometry">
            <mxPoint x="520" y="119.83" as="sourcePoint" />
            <mxPoint x="560" y="119.83" as="targetPoint" />
          </mxGeometry>
        </mxCell>
        <mxCell id="BZ9neWvH9tw47nREzwFn-14" edge="1" parent="1" style="endArrow=classic;html=1;rounded=0;" value="">
          <mxGeometry height="50" relative="1" width="50" as="geometry">
            <mxPoint x="520" y="159.83" as="sourcePoint" />
            <mxPoint x="560" y="159.83" as="targetPoint" />
          </mxGeometry>
        </mxCell>
        <mxCell id="BZ9neWvH9tw47nREzwFn-15" edge="1" parent="1" style="endArrow=classic;html=1;rounded=0;" value="">
          <mxGeometry height="50" relative="1" width="50" as="geometry">
            <mxPoint x="520" y="140" as="sourcePoint" />
            <mxPoint x="560" y="140" as="targetPoint" />
          </mxGeometry>
        </mxCell>
        <mxCell id="BZ9neWvH9tw47nREzwFn-16" edge="1" parent="1" style="endArrow=classic;html=1;rounded=0;" value="">
          <mxGeometry height="50" relative="1" width="50" as="geometry">
            <mxPoint x="520" y="179.83" as="sourcePoint" />
            <mxPoint x="560" y="179.83" as="targetPoint" />
          </mxGeometry>
        </mxCell>
        <mxCell id="BZ9neWvH9tw47nREzwFn-17" edge="1" parent="1" style="endArrow=classic;html=1;rounded=0;" value="">
          <mxGeometry height="50" relative="1" width="50" as="geometry">
            <mxPoint x="520" y="200" as="sourcePoint" />
            <mxPoint x="560" y="200" as="targetPoint" />
          </mxGeometry>
        </mxCell>
        <mxCell id="BZ9neWvH9tw47nREzwFn-18" parent="1" style="text;html=1;whiteSpace=wrap;strokeColor=none;fillColor=none;align=center;verticalAlign=middle;rounded=0;fontStyle=1" value="HADDR[31:0]" vertex="1">
          <mxGeometry height="20" width="80" x="560" y="90" as="geometry" />
        </mxCell>
        <mxCell id="BZ9neWvH9tw47nREzwFn-19" parent="1" style="text;html=1;whiteSpace=wrap;strokeColor=none;fillColor=none;align=center;verticalAlign=middle;rounded=0;fontStyle=1" value="HWRITE" vertex="1">
          <mxGeometry height="20" width="60" x="560" y="110" as="geometry" />
        </mxCell>
        <mxCell id="BZ9neWvH9tw47nREzwFn-20" parent="1" style="text;html=1;whiteSpace=wrap;strokeColor=none;fillColor=none;align=center;verticalAlign=middle;rounded=0;fontStyle=1" value="HSIZE[2:0]" vertex="1">
          <mxGeometry height="20" width="70" x="560" y="130" as="geometry" />
        </mxCell>
        <mxCell id="BZ9neWvH9tw47nREzwFn-21" parent="1" style="text;html=1;whiteSpace=wrap;strokeColor=none;fillColor=none;align=center;verticalAlign=middle;rounded=0;fontStyle=1" value="HBURST[2:0]" vertex="1">
          <mxGeometry height="20" width="80" x="560" y="150" as="geometry" />
        </mxCell>
        <mxCell id="BZ9neWvH9tw47nREzwFn-22" parent="1" style="text;html=1;whiteSpace=wrap;strokeColor=none;fillColor=none;align=center;verticalAlign=middle;rounded=0;fontStyle=1" value="HPROT[3:0]" vertex="1">
          <mxGeometry height="20" width="80" x="560" y="170" as="geometry" />
        </mxCell>
        <mxCell id="BZ9neWvH9tw47nREzwFn-23" parent="1" style="text;html=1;whiteSpace=wrap;strokeColor=none;fillColor=none;align=center;verticalAlign=middle;rounded=0;fontStyle=1" value="HTRANS[1:0]" vertex="1">
          <mxGeometry height="20" width="80" x="560" y="190" as="geometry" />
        </mxCell>
        <mxCell id="BZ9neWvH9tw47nREzwFn-24" edge="1" parent="1" style="endArrow=classic;html=1;rounded=0;" value="">
          <mxGeometry height="50" relative="1" width="50" as="geometry">
            <mxPoint x="520" y="220" as="sourcePoint" />
            <mxPoint x="560" y="220" as="targetPoint" />
          </mxGeometry>
        </mxCell>
        <mxCell id="BZ9neWvH9tw47nREzwFn-25" parent="1" style="text;html=1;whiteSpace=wrap;strokeColor=none;fillColor=none;align=center;verticalAlign=middle;rounded=0;fontStyle=1" value="HMASTLOCK" vertex="1">
          <mxGeometry height="20" width="80" x="560" y="210" as="geometry" />
        </mxCell>
        <mxCell id="BZ9neWvH9tw47nREzwFn-26" edge="1" parent="1" style="endArrow=classic;html=1;rounded=0;" value="">
          <mxGeometry height="50" relative="1" width="50" as="geometry">
            <mxPoint x="520" y="259.8" as="sourcePoint" />
            <mxPoint x="560" y="259.8" as="targetPoint" />
          </mxGeometry>
        </mxCell>
        <mxCell id="BZ9neWvH9tw47nREzwFn-30" parent="1" style="text;html=1;whiteSpace=wrap;strokeColor=none;fillColor=none;align=center;verticalAlign=middle;rounded=0;fontStyle=1" value="HWDATA[31:0]" vertex="1">
          <mxGeometry height="20" width="95" x="555" y="250" as="geometry" />
        </mxCell>
        <mxCell id="BZ9neWvH9tw47nREzwFn-31" parent="1" style="rounded=0;whiteSpace=wrap;html=1;" value="&lt;font style=&quot;font-size: 16px;&quot;&gt;&lt;b&gt;Slave&lt;/b&gt;&lt;/font&gt;" vertex="1">
          <mxGeometry height="320" width="120" x="400" y="360" as="geometry" />
        </mxCell>
        <mxCell id="BZ9neWvH9tw47nREzwFn-32" edge="1" parent="1" style="endArrow=classic;html=1;rounded=0;" value="">
          <mxGeometry height="50" relative="1" width="50" as="geometry">
            <mxPoint x="360" y="489.83" as="sourcePoint" />
            <mxPoint x="400" y="489.83" as="targetPoint" />
          </mxGeometry>
        </mxCell>
        <mxCell id="BZ9neWvH9tw47nREzwFn-33" edge="1" parent="1" style="endArrow=classic;html=1;rounded=0;" value="">
          <mxGeometry height="50" relative="1" width="50" as="geometry">
            <mxPoint x="360" y="509.83" as="sourcePoint" />
            <mxPoint x="400" y="509.83" as="targetPoint" />
          </mxGeometry>
        </mxCell>
        <mxCell id="BZ9neWvH9tw47nREzwFn-34" edge="1" parent="1" style="endArrow=classic;html=1;rounded=0;" value="">
          <mxGeometry height="50" relative="1" width="50" as="geometry">
            <mxPoint x="360" y="549.83" as="sourcePoint" />
            <mxPoint x="400" y="549.83" as="targetPoint" />
          </mxGeometry>
        </mxCell>
        <mxCell id="BZ9neWvH9tw47nREzwFn-35" edge="1" parent="1" style="endArrow=classic;html=1;rounded=0;" value="">
          <mxGeometry height="50" relative="1" width="50" as="geometry">
            <mxPoint x="360" y="530" as="sourcePoint" />
            <mxPoint x="400" y="530" as="targetPoint" />
          </mxGeometry>
        </mxCell>
        <mxCell id="BZ9neWvH9tw47nREzwFn-36" edge="1" parent="1" style="endArrow=classic;html=1;rounded=0;" value="">
          <mxGeometry height="50" relative="1" width="50" as="geometry">
            <mxPoint x="360" y="569.83" as="sourcePoint" />
            <mxPoint x="400" y="569.83" as="targetPoint" />
          </mxGeometry>
        </mxCell>
        <mxCell id="BZ9neWvH9tw47nREzwFn-37" edge="1" parent="1" style="endArrow=classic;html=1;rounded=0;" value="">
          <mxGeometry height="50" relative="1" width="50" as="geometry">
            <mxPoint x="360" y="590" as="sourcePoint" />
            <mxPoint x="400" y="590" as="targetPoint" />
          </mxGeometry>
        </mxCell>
        <mxCell id="BZ9neWvH9tw47nREzwFn-38" parent="1" style="text;html=1;whiteSpace=wrap;strokeColor=none;fillColor=none;align=center;verticalAlign=middle;rounded=0;fontStyle=1" value="HADDR[31:0]" vertex="1">
          <mxGeometry height="20" width="80" x="275" y="480" as="geometry" />
        </mxCell>
        <mxCell id="BZ9neWvH9tw47nREzwFn-39" parent="1" style="text;html=1;whiteSpace=wrap;strokeColor=none;fillColor=none;align=center;verticalAlign=middle;rounded=0;fontStyle=1" value="HWRITE" vertex="1">
          <mxGeometry height="20" width="60" x="275" y="500" as="geometry" />
        </mxCell>
        <mxCell id="BZ9neWvH9tw47nREzwFn-40" parent="1" style="text;html=1;whiteSpace=wrap;strokeColor=none;fillColor=none;align=center;verticalAlign=middle;rounded=0;fontStyle=1" value="HSIZE[2:0]" vertex="1">
          <mxGeometry height="20" width="70" x="275" y="520" as="geometry" />
        </mxCell>
        <mxCell id="BZ9neWvH9tw47nREzwFn-41" parent="1" style="text;html=1;whiteSpace=wrap;strokeColor=none;fillColor=none;align=center;verticalAlign=middle;rounded=0;fontStyle=1" value="HBURST[2:0]" vertex="1">
          <mxGeometry height="20" width="80" x="275" y="540" as="geometry" />
        </mxCell>
        <mxCell id="BZ9neWvH9tw47nREzwFn-42" parent="1" style="text;html=1;whiteSpace=wrap;strokeColor=none;fillColor=none;align=center;verticalAlign=middle;rounded=0;fontStyle=1" value="HPROT[3:0]" vertex="1">
          <mxGeometry height="20" width="80" x="275" y="560" as="geometry" />
        </mxCell>
        <mxCell id="BZ9neWvH9tw47nREzwFn-43" parent="1" style="text;html=1;whiteSpace=wrap;strokeColor=none;fillColor=none;align=center;verticalAlign=middle;rounded=0;fontStyle=1" value="HTRANS[1:0]" vertex="1">
          <mxGeometry height="20" width="80" x="275" y="580" as="geometry" />
        </mxCell>
        <mxCell id="BZ9neWvH9tw47nREzwFn-44" edge="1" parent="1" style="endArrow=classic;html=1;rounded=0;" value="">
          <mxGeometry height="50" relative="1" width="50" as="geometry">
            <mxPoint x="360" y="610" as="sourcePoint" />
            <mxPoint x="400" y="610" as="targetPoint" />
          </mxGeometry>
        </mxCell>
        <mxCell id="BZ9neWvH9tw47nREzwFn-45" parent="1" style="text;html=1;whiteSpace=wrap;strokeColor=none;fillColor=none;align=center;verticalAlign=middle;rounded=0;fontStyle=1" value="HMASTLOCK" vertex="1">
          <mxGeometry height="20" width="80" x="275" y="600" as="geometry" />
        </mxCell>
        <mxCell id="BZ9neWvH9tw47nREzwFn-46" edge="1" parent="1" style="endArrow=classic;html=1;rounded=0;" value="">
          <mxGeometry height="50" relative="1" width="50" as="geometry">
            <mxPoint x="360" y="649.8" as="sourcePoint" />
            <mxPoint x="400" y="649.8" as="targetPoint" />
          </mxGeometry>
        </mxCell>
        <mxCell id="BZ9neWvH9tw47nREzwFn-47" parent="1" style="text;html=1;whiteSpace=wrap;strokeColor=none;fillColor=none;align=center;verticalAlign=middle;rounded=0;fontStyle=1" value="HWDATA[31:0]" vertex="1">
          <mxGeometry height="20" width="95" x="270" y="640" as="geometry" />
        </mxCell>
        <mxCell id="BZ9neWvH9tw47nREzwFn-49" edge="1" parent="1" style="endArrow=classic;html=1;rounded=0;" value="">
          <mxGeometry height="50" relative="1" width="50" as="geometry">
            <mxPoint x="360" y="380" as="sourcePoint" />
            <mxPoint x="400" y="380" as="targetPoint" />
          </mxGeometry>
        </mxCell>
        <mxCell id="BZ9neWvH9tw47nREzwFn-50" edge="1" parent="1" style="endArrow=classic;html=1;rounded=0;" value="">
          <mxGeometry height="50" relative="1" width="50" as="geometry">
            <mxPoint x="360" y="400" as="sourcePoint" />
            <mxPoint x="400" y="400" as="targetPoint" />
          </mxGeometry>
        </mxCell>
        <mxCell id="BZ9neWvH9tw47nREzwFn-51" edge="1" parent="1" style="endArrow=classic;html=1;rounded=0;" value="">
          <mxGeometry height="50" relative="1" width="50" as="geometry">
            <mxPoint x="360" y="440" as="sourcePoint" />
            <mxPoint x="400" y="440" as="targetPoint" />
          </mxGeometry>
        </mxCell>
        <mxCell id="BZ9neWvH9tw47nREzwFn-52" parent="1" style="text;html=1;whiteSpace=wrap;strokeColor=none;fillColor=none;align=center;verticalAlign=middle;rounded=0;fontStyle=1" value="HCLK" vertex="1">
          <mxGeometry height="20" width="40" x="320" y="370" as="geometry" />
        </mxCell>
        <mxCell id="BZ9neWvH9tw47nREzwFn-53" parent="1" style="text;html=1;whiteSpace=wrap;strokeColor=none;fillColor=none;align=center;verticalAlign=middle;rounded=0;fontStyle=1" value="HRESETn" vertex="1">
          <mxGeometry height="20" width="60" x="300" y="390" as="geometry" />
        </mxCell>
        <mxCell id="BZ9neWvH9tw47nREzwFn-54" parent="1" style="shape=curlyBracket;whiteSpace=wrap;html=1;rounded=1;labelPosition=left;verticalLabelPosition=middle;align=right;verticalAlign=middle;" value="" vertex="1">
          <mxGeometry height="35" width="20" x="230" y="90" as="geometry" />
        </mxCell>
        <mxCell id="BZ9neWvH9tw47nREzwFn-55" parent="1" style="text;html=1;whiteSpace=wrap;strokeColor=none;fillColor=none;align=center;verticalAlign=middle;rounded=0;fontStyle=1" value="HRESP" vertex="1">
          <mxGeometry height="20" width="60" x="300" y="170" as="geometry" />
        </mxCell>
        <mxCell id="BZ9neWvH9tw47nREzwFn-56" parent="1" style="shape=curlyBracket;whiteSpace=wrap;html=1;rounded=1;labelPosition=left;verticalLabelPosition=middle;align=right;verticalAlign=middle;" value="" vertex="1">
          <mxGeometry height="140" width="20" x="230" y="480" as="geometry" />
        </mxCell>
        <mxCell id="BZ9neWvH9tw47nREzwFn-57" parent="1" style="shape=curlyBracket;whiteSpace=wrap;html=1;rounded=1;labelPosition=left;verticalLabelPosition=middle;align=right;verticalAlign=middle;rotation=-180;" value="" vertex="1">
          <mxGeometry height="135" width="20" x="650" y="90" as="geometry" />
        </mxCell>
        <mxCell id="BZ9neWvH9tw47nREzwFn-58" parent="1" style="text;html=1;whiteSpace=wrap;strokeColor=none;fillColor=none;align=center;verticalAlign=middle;rounded=0;fontStyle=1" value="&lt;span style=&quot;font-weight: normal;&quot;&gt;Global signals&lt;/span&gt;" vertex="1">
          <mxGeometry height="20" width="90" x="140" y="97.5" as="geometry" />
        </mxCell>
        <mxCell id="BZ9neWvH9tw47nREzwFn-59" parent="1" style="text;html=1;whiteSpace=wrap;strokeColor=none;fillColor=none;align=center;verticalAlign=middle;rounded=0;fontStyle=1" value="&lt;span style=&quot;font-weight: normal;&quot;&gt;Transfer response&lt;/span&gt;" vertex="1">
          <mxGeometry height="20" width="60" x="170" y="157.5" as="geometry" />
        </mxCell>
        <mxCell id="BZ9neWvH9tw47nREzwFn-60" parent="1" style="text;html=1;whiteSpace=wrap;strokeColor=none;fillColor=none;align=center;verticalAlign=middle;rounded=0;fontStyle=1" value="&lt;span style=&quot;font-weight: normal;&quot;&gt;Data&lt;/span&gt;" vertex="1">
          <mxGeometry height="20" width="60" x="170" y="250" as="geometry" />
        </mxCell>
        <mxCell id="BZ9neWvH9tw47nREzwFn-61" parent="1" style="text;html=1;whiteSpace=wrap;strokeColor=none;fillColor=none;align=center;verticalAlign=middle;rounded=0;fontStyle=1" value="&lt;span style=&quot;font-weight: normal;&quot;&gt;Address and control signals&lt;/span&gt;" vertex="1">
          <mxGeometry height="37.5" width="90" x="670" y="140" as="geometry" />
        </mxCell>
        <mxCell id="BZ9neWvH9tw47nREzwFn-62" parent="1" style="shape=curlyBracket;whiteSpace=wrap;html=1;rounded=1;labelPosition=left;verticalLabelPosition=middle;align=right;verticalAlign=middle;" value="" vertex="1">
          <mxGeometry height="35" width="20" x="230" y="150" as="geometry" />
        </mxCell>
        <mxCell id="BZ9neWvH9tw47nREzwFn-63" parent="1" style="text;html=1;whiteSpace=wrap;strokeColor=none;fillColor=none;align=center;verticalAlign=middle;rounded=0;fontStyle=1" value="&lt;span style=&quot;font-weight: normal;&quot;&gt;Address and control signals&lt;/span&gt;" vertex="1">
          <mxGeometry height="37.5" width="90" x="140" y="531" as="geometry" />
        </mxCell>
        <mxCell id="BZ9neWvH9tw47nREzwFn-64" parent="1" style="shape=curlyBracket;whiteSpace=wrap;html=1;rounded=1;labelPosition=left;verticalLabelPosition=middle;align=right;verticalAlign=middle;" value="" vertex="1">
          <mxGeometry height="35" width="20" x="230" y="375" as="geometry" />
        </mxCell>
        <mxCell id="BZ9neWvH9tw47nREzwFn-65" parent="1" style="text;html=1;whiteSpace=wrap;strokeColor=none;fillColor=none;align=center;verticalAlign=middle;rounded=0;fontStyle=1" value="&lt;span style=&quot;font-weight: normal;&quot;&gt;Global signals&lt;/span&gt;" vertex="1">
          <mxGeometry height="20" width="90" x="140" y="382.5" as="geometry" />
        </mxCell>
        <mxCell id="BZ9neWvH9tw47nREzwFn-66" parent="1" style="text;html=1;whiteSpace=wrap;strokeColor=none;fillColor=none;align=center;verticalAlign=middle;rounded=0;fontStyle=1" value="&lt;span style=&quot;font-weight: normal;&quot;&gt;Data&lt;/span&gt;" vertex="1">
          <mxGeometry height="20" width="60" x="670" y="250" as="geometry" />
        </mxCell>
        <mxCell id="BZ9neWvH9tw47nREzwFn-67" edge="1" parent="1" style="endArrow=classic;html=1;rounded=0;" value="">
          <mxGeometry height="50" relative="1" width="50" as="geometry">
            <mxPoint x="520" y="490" as="sourcePoint" />
            <mxPoint x="560" y="490" as="targetPoint" />
          </mxGeometry>
        </mxCell>
        <mxCell id="BZ9neWvH9tw47nREzwFn-68" edge="1" parent="1" style="endArrow=classic;html=1;rounded=0;" value="">
          <mxGeometry height="50" relative="1" width="50" as="geometry">
            <mxPoint x="520" y="510" as="sourcePoint" />
            <mxPoint x="560" y="510" as="targetPoint" />
          </mxGeometry>
        </mxCell>
        <mxCell id="BZ9neWvH9tw47nREzwFn-69" parent="1" style="text;html=1;whiteSpace=wrap;strokeColor=none;fillColor=none;align=center;verticalAlign=middle;rounded=0;fontStyle=1" value="HREADY" vertex="1">
          <mxGeometry height="20" width="60" x="560" y="480" as="geometry" />
        </mxCell>
        <mxCell id="BZ9neWvH9tw47nREzwFn-70" parent="1" style="text;html=1;whiteSpace=wrap;strokeColor=none;fillColor=none;align=center;verticalAlign=middle;rounded=0;fontStyle=1" value="HRESP" vertex="1">
          <mxGeometry height="20" width="60" x="560" y="500" as="geometry" />
        </mxCell>
        <mxCell id="BZ9neWvH9tw47nREzwFn-71" edge="1" parent="1" style="endArrow=classic;html=1;rounded=0;" value="">
          <mxGeometry height="50" relative="1" width="50" as="geometry">
            <mxPoint x="520" y="649.6600000000001" as="sourcePoint" />
            <mxPoint x="560" y="649.6600000000001" as="targetPoint" />
          </mxGeometry>
        </mxCell>
        <mxCell id="BZ9neWvH9tw47nREzwFn-72" parent="1" style="text;html=1;whiteSpace=wrap;strokeColor=none;fillColor=none;align=center;verticalAlign=middle;rounded=0;fontStyle=1" value="HRDATA[31:0]" vertex="1">
          <mxGeometry height="20" width="90" x="560" y="640" as="geometry" />
        </mxCell>
        <mxCell id="BZ9neWvH9tw47nREzwFn-73" parent="1" style="text;html=1;whiteSpace=wrap;strokeColor=none;fillColor=none;align=center;verticalAlign=middle;rounded=0;fontStyle=1" value="&lt;span style=&quot;font-weight: normal;&quot;&gt;Data&lt;/span&gt;" vertex="1">
          <mxGeometry height="20" width="60" x="155" y="640" as="geometry" />
        </mxCell>
        <mxCell id="BZ9neWvH9tw47nREzwFn-74" parent="1" style="text;html=1;whiteSpace=wrap;strokeColor=none;fillColor=none;align=center;verticalAlign=middle;rounded=0;fontStyle=1" value="&lt;span style=&quot;font-weight: normal;&quot;&gt;Data&lt;/span&gt;" vertex="1">
          <mxGeometry height="20" width="50" x="675" y="640" as="geometry" />
        </mxCell>
        <mxCell id="BZ9neWvH9tw47nREzwFn-75" parent="1" style="text;html=1;whiteSpace=wrap;strokeColor=none;fillColor=none;align=center;verticalAlign=middle;rounded=0;fontStyle=1" value="&lt;span style=&quot;font-weight: normal;&quot;&gt;Transfer response&lt;/span&gt;" vertex="1">
          <mxGeometry height="20" width="60" x="670" y="487.5" as="geometry" />
        </mxCell>
        <mxCell id="BZ9neWvH9tw47nREzwFn-76" parent="1" style="shape=curlyBracket;whiteSpace=wrap;html=1;rounded=1;labelPosition=left;verticalLabelPosition=middle;align=right;verticalAlign=middle;rotation=-180;" value="" vertex="1">
          <mxGeometry height="35" width="20" x="640" y="480" as="geometry" />
        </mxCell>
        <mxCell id="BZ9neWvH9tw47nREzwFn-77" parent="1" style="text;html=1;whiteSpace=wrap;strokeColor=none;fillColor=none;align=center;verticalAlign=middle;rounded=0;fontStyle=1" value="&lt;span style=&quot;font-weight: normal;&quot;&gt;Select signal&lt;/span&gt;" vertex="1">
          <mxGeometry height="20" width="90" x="140" y="430" as="geometry" />
        </mxCell>
      </root>
    </mxGraphModel>
  </diagram>
  <diagram id="Hd4ECfvz_bm4RMetZK8C" name="Master Interface">
    <mxGraphModel dx="764" dy="1105" grid="1" gridSize="10" guides="1" tooltips="1" connect="1" arrows="1" fold="1" page="1" pageScale="1" pageWidth="850" pageHeight="1100" math="0" shadow="0">
      <root>
        <mxCell id="0" />
        <mxCell id="1" parent="0" />
      </root>
    </mxGraphModel>
  </diagram>
  <diagram id="AYzUWjTrgIps4r00h7mQ" name="Master FSM">
    <mxGraphModel dx="437" dy="631" grid="1" gridSize="10" guides="1" tooltips="1" connect="1" arrows="1" fold="1" page="1" pageScale="1" pageWidth="850" pageHeight="1100" math="0" shadow="0">
      <root>
        <mxCell id="0" />
        <mxCell id="1" parent="0" />
        <mxCell id="gUlQ52oibdo8bB1fHUDe-6" edge="1" parent="1" source="gUlQ52oibdo8bB1fHUDe-1" style="edgeStyle=orthogonalEdgeStyle;rounded=0;orthogonalLoop=1;jettySize=auto;html=1;exitX=1;exitY=0.5;exitDx=0;exitDy=0;entryX=0;entryY=0.5;entryDx=0;entryDy=0;" target="gUlQ52oibdo8bB1fHUDe-2">
          <mxGeometry relative="1" as="geometry" />
        </mxCell>
        <mxCell id="gUlQ52oibdo8bB1fHUDe-8" edge="1" parent="1" source="gUlQ52oibdo8bB1fHUDe-1" style="edgeStyle=orthogonalEdgeStyle;rounded=0;orthogonalLoop=1;jettySize=auto;html=1;entryX=0.5;entryY=0;entryDx=0;entryDy=0;" target="gUlQ52oibdo8bB1fHUDe-5">
          <mxGeometry relative="1" as="geometry" />
        </mxCell>
        <mxCell id="gUlQ52oibdo8bB1fHUDe-1" parent="1" style="ellipse;whiteSpace=wrap;html=1;" value="IDLE" vertex="1">
          <mxGeometry height="80" width="120" x="200" y="200" as="geometry" />
        </mxCell>
        <mxCell id="gUlQ52oibdo8bB1fHUDe-7" edge="1" parent="1" source="gUlQ52oibdo8bB1fHUDe-2" style="edgeStyle=orthogonalEdgeStyle;rounded=0;orthogonalLoop=1;jettySize=auto;html=1;entryX=0.5;entryY=0;entryDx=0;entryDy=0;" target="gUlQ52oibdo8bB1fHUDe-3">
          <mxGeometry relative="1" as="geometry" />
        </mxCell>
        <mxCell id="gUlQ52oibdo8bB1fHUDe-2" parent="1" style="ellipse;whiteSpace=wrap;html=1;" value="WR_ADDR_PHASE" vertex="1">
          <mxGeometry height="80" width="120" x="440" y="200" as="geometry" />
        </mxCell>
        <mxCell id="gUlQ52oibdo8bB1fHUDe-10" edge="1" parent="1" source="gUlQ52oibdo8bB1fHUDe-3" style="edgeStyle=orthogonalEdgeStyle;rounded=0;orthogonalLoop=1;jettySize=auto;html=1;entryX=0.5;entryY=0;entryDx=0;entryDy=0;" target="gUlQ52oibdo8bB1fHUDe-9">
          <mxGeometry relative="1" as="geometry" />
        </mxCell>
        <mxCell id="8WBKzOnGMAMBHIHuB8Qa-4" edge="1" parent="1" source="gUlQ52oibdo8bB1fHUDe-3" style="edgeStyle=orthogonalEdgeStyle;rounded=0;orthogonalLoop=1;jettySize=auto;html=1;entryX=1;entryY=0.5;entryDx=0;entryDy=0;" target="gUlQ52oibdo8bB1fHUDe-5">
          <mxGeometry relative="1" as="geometry" />
        </mxCell>
        <mxCell id="gUlQ52oibdo8bB1fHUDe-3" parent="1" style="ellipse;whiteSpace=wrap;html=1;" value="WR_DATA_PHASE" vertex="1">
          <mxGeometry height="80" width="120" x="440" y="360" as="geometry" />
        </mxCell>
        <mxCell id="gUlQ52oibdo8bB1fHUDe-11" edge="1" parent="1" source="gUlQ52oibdo8bB1fHUDe-4" style="edgeStyle=orthogonalEdgeStyle;rounded=0;orthogonalLoop=1;jettySize=auto;html=1;entryX=0;entryY=0.5;entryDx=0;entryDy=0;" target="gUlQ52oibdo8bB1fHUDe-9">
          <mxGeometry relative="1" as="geometry" />
        </mxCell>
        <mxCell id="8WBKzOnGMAMBHIHuB8Qa-6" edge="1" parent="1" source="gUlQ52oibdo8bB1fHUDe-4" style="edgeStyle=orthogonalEdgeStyle;rounded=0;orthogonalLoop=1;jettySize=auto;html=1;exitX=0;exitY=0.5;exitDx=0;exitDy=0;entryX=0;entryY=0.5;entryDx=0;entryDy=0;" target="gUlQ52oibdo8bB1fHUDe-1">
          <mxGeometry relative="1" as="geometry">
            <Array as="points">
              <mxPoint x="160.03" y="560.03" />
              <mxPoint x="160.03" y="240.03" />
            </Array>
          </mxGeometry>
        </mxCell>
        <mxCell id="gUlQ52oibdo8bB1fHUDe-4" parent="1" style="ellipse;whiteSpace=wrap;html=1;" value="RD_DATA_PHASE" vertex="1">
          <mxGeometry height="80" width="120" x="200" y="520" as="geometry" />
        </mxCell>
        <mxCell id="8WBKzOnGMAMBHIHuB8Qa-3" edge="1" parent="1" source="gUlQ52oibdo8bB1fHUDe-5" style="edgeStyle=orthogonalEdgeStyle;rounded=0;orthogonalLoop=1;jettySize=auto;html=1;" target="gUlQ52oibdo8bB1fHUDe-4" value="">
          <mxGeometry relative="1" as="geometry" />
        </mxCell>
        <mxCell id="gUlQ52oibdo8bB1fHUDe-5" parent="1" style="ellipse;whiteSpace=wrap;html=1;" value="RD_ADDR_PHASE" vertex="1">
          <mxGeometry height="80" width="120" x="200" y="360" as="geometry" />
        </mxCell>
        <mxCell id="gUlQ52oibdo8bB1fHUDe-9" parent="1" style="ellipse;whiteSpace=wrap;html=1;" value="WAIT_STATE" vertex="1">
          <mxGeometry height="80" width="120" x="440" y="520" as="geometry" />
        </mxCell>
        <mxCell id="8WBKzOnGMAMBHIHuB8Qa-1" edge="1" parent="1" source="gUlQ52oibdo8bB1fHUDe-5" style="endArrow=classic;html=1;rounded=0;entryX=0;entryY=0;entryDx=0;entryDy=0;exitX=1;exitY=1;exitDx=0;exitDy=0;" target="gUlQ52oibdo8bB1fHUDe-9" value="">
          <mxGeometry height="50" relative="1" width="50" as="geometry">
            <mxPoint x="350" y="490" as="sourcePoint" />
            <mxPoint x="400" y="440" as="targetPoint" />
          </mxGeometry>
        </mxCell>
        <mxCell id="8WBKzOnGMAMBHIHuB8Qa-5" edge="1" parent="1" source="gUlQ52oibdo8bB1fHUDe-3" style="endArrow=classic;html=1;rounded=0;exitX=0;exitY=0;exitDx=0;exitDy=0;entryX=1;entryY=1;entryDx=0;entryDy=0;" target="gUlQ52oibdo8bB1fHUDe-1" value="">
          <mxGeometry height="50" relative="1" width="50" as="geometry">
            <mxPoint x="370" y="340" as="sourcePoint" />
            <mxPoint x="420" y="290" as="targetPoint" />
          </mxGeometry>
        </mxCell>
      </root>
    </mxGraphModel>
  </diagram>
</mxfile>
